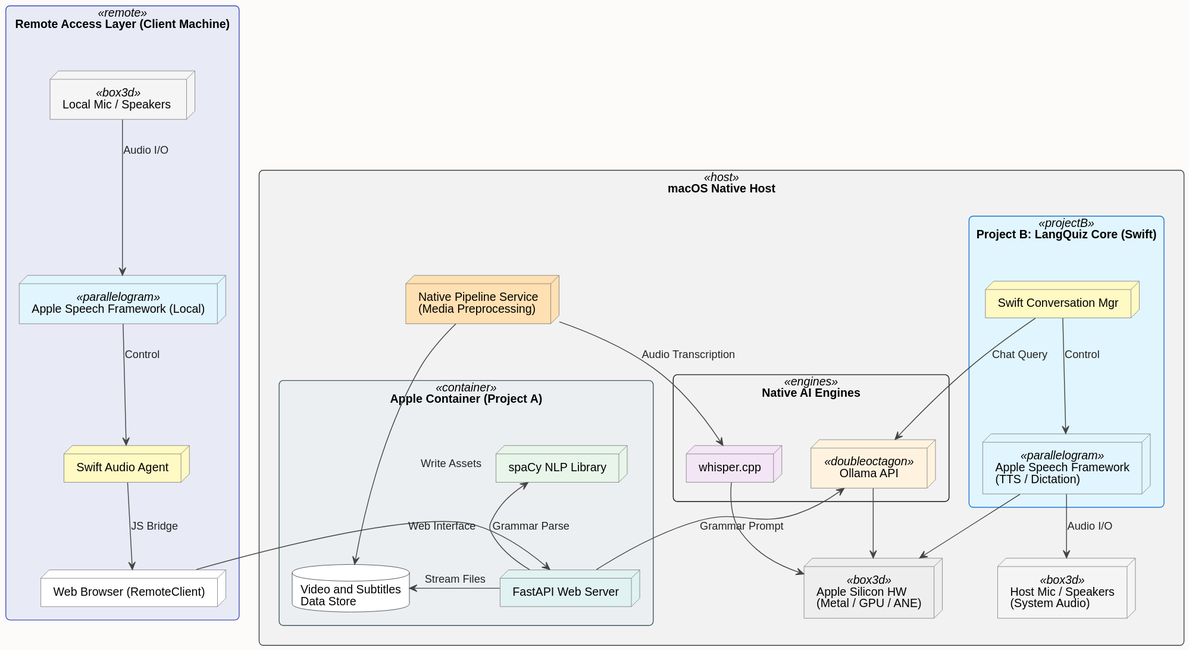
The PlantUML diagram plantuml/OmniLingua.svg in mi-parkes/visualization, before a commit.
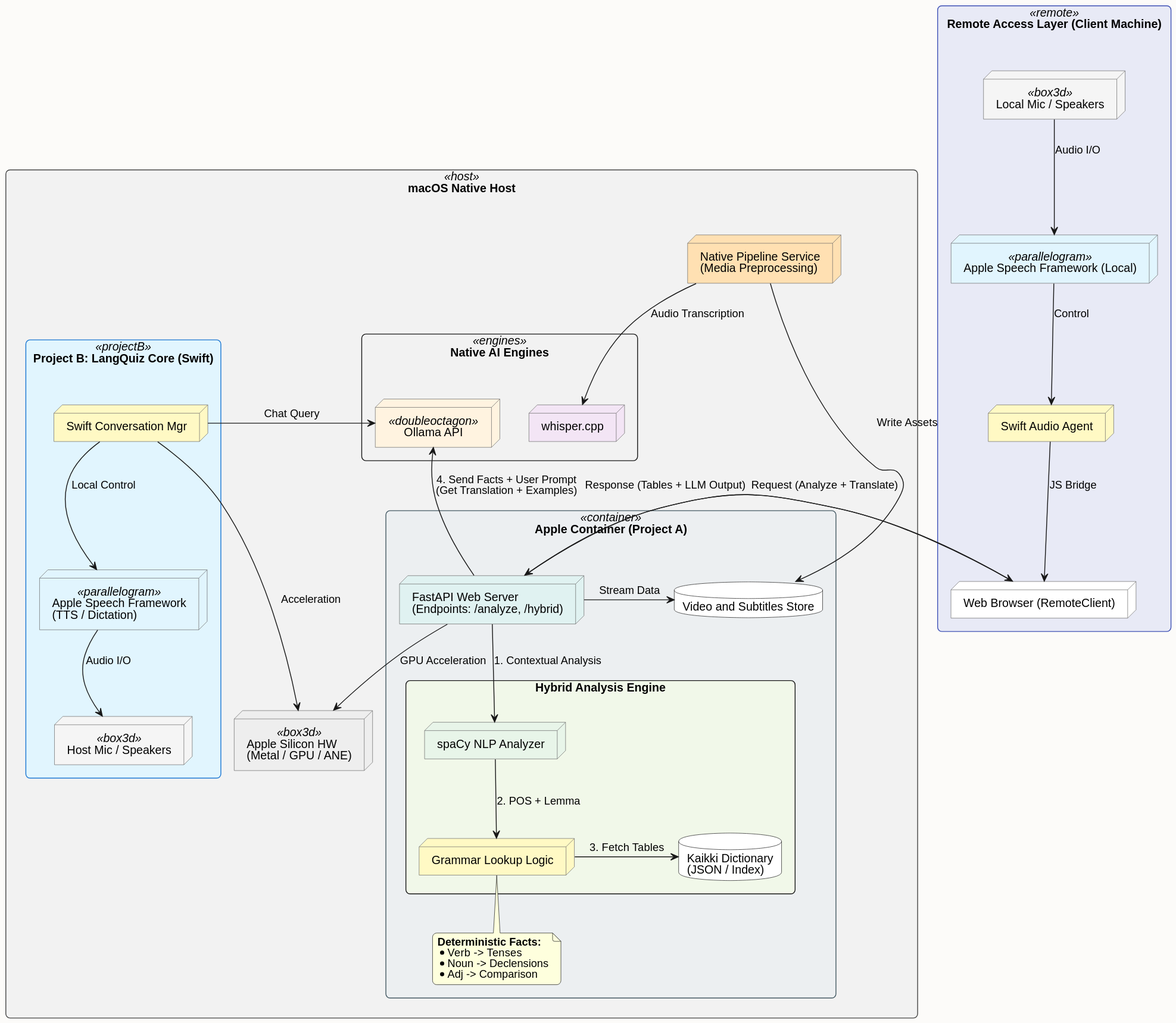
The same diagram one commit later.

Commit message:
diagram: Adding plantuml example (OmniLingua:  evolve architecture to reflect hybrid analysis and system integration)

What changed in the source:
```diff
@@ -29,12 +29,9 @@
     FontColor #000000
 }
 
-skinparam ArrowColor LINE_COLOR
-skinparam ArrowFontColor #222222
-
 
 rectangle "Remote Access Layer (Client Machine)" <<remote>> {
-    node "Local Mic / Speakers " as ClientHW <<box3d>> #F5F5F5
+    node "Local Mic / Speakers" as ClientHW <<box3d>> #F5F5F5
     node "Apple Speech Framework (Local)" as ClientSpeech <<parallelogram>> #E1F5FE
     node "Swift Audio Agent" as ClientAgent #FFF9C4
     node "Web Browser (RemoteClient)" as RemoteClient #FFFFFF
@@ -49,10 +46,10 @@
     rectangle "Project B: LangQuiz Core (Swift)" <<projectB>> {
         node "Swift Conversation Mgr" as ConvMgr #FFF9C4
         node "Apple Speech Framework\n(TTS / Dictation)" as NativeAudio <<parallelogram>> #E1F5FE
+
+        node "Host Mic / Speakers" as HostAudioIO <<box3d>> #F5F5F5
+        NativeAudio -down-> HostAudioIO : Audio I/O
     }
-
-    node "Host Mic / Speakers\n(System Audio)" as HostAudioIO <<box3d>> #F5F5F5
-    NativeAudio -down-> HostAudioIO : Audio I/O
 
     rectangle "Native AI Engines" <<engines>> {
         node "Ollama API" as Ollama <<doubleoctagon>> #FFF3E0
@@ -63,26 +60,41 @@
     node "Apple Silicon HW\n(Metal / GPU / ANE)" as HW <<box3d>> #EEEEEE
 
     rectangle "Apple Container (Project A)" <<container>> {
-        node "FastAPI Web Server" as FastAPI #E0F2F1
-        node "spaCy NLP Library" as Spacy #E8F5E9
-        database "Video and Subtitles\nData Store" as Assets #FFFFFF
+        node "FastAPI Web Server\n(Endpoints: /analyze, /hybrid)" as FastAPI #E0F2F1
+
+        rectangle "Hybrid Analysis Engine" as LogicService #F1F8E9 {
+            node "spaCy NLP Analyzer" as Spacy #E8F5E9
+            node "Grammar Lookup Logic" as Logic #FFF9C4
+            database "Kaikki Dictionary\n(JSON / Index)" as Kaikki #FFFFFF
+        }
+
+        database "Video and Subtitles Store" as Assets #FFFFFF
+
+        FastAPI -down-> Spacy : 1. Contextual Analysis
+        Spacy -down-> Logic : 2. POS + Lemma
+        Logic -right-> Kaikki : 3. Fetch Tables
+
+        note bottom of Logic
+            **Deterministic Facts:**
+            * Verb -> Tenses
+            * Noun -> Declensions
+            * Adj -> Comparison
+        end note
     }
 }
 
 
-RemoteClient -right-> FastAPI : Web Interface
+RemoteClient -right-> FastAPI : Request (Analyze + Translate)
 
 Pipeline -down-> Whisper : Audio Transcription
 Pipeline -right-> Assets : Write Assets
 
-ConvMgr -down-> NativeAudio : Control
+ConvMgr -down-> NativeAudio : Local Control
 ConvMgr -right-> Ollama : Chat Query
+ConvMgr -down-> HW : Acceleration
 
-FastAPI -right-> Assets : Stream Files
-FastAPI -up-> Spacy : Grammar Parse
-FastAPI -up-> Ollama : Grammar Prompt
-
-NativeAudio -down-> HW
-Whisper -down-> HW
-Ollama -down-> HW
+FastAPI -up-> Ollama : 4. Send Facts + User Prompt\n(Get Translation + Examples)
+FastAPI -down-> HW : GPU Acceleration
+FastAPI -right-> Assets : Stream Data
+FastAPI -right-> RemoteClient : Response (Tables + LLM Output)
 @enduml
```
